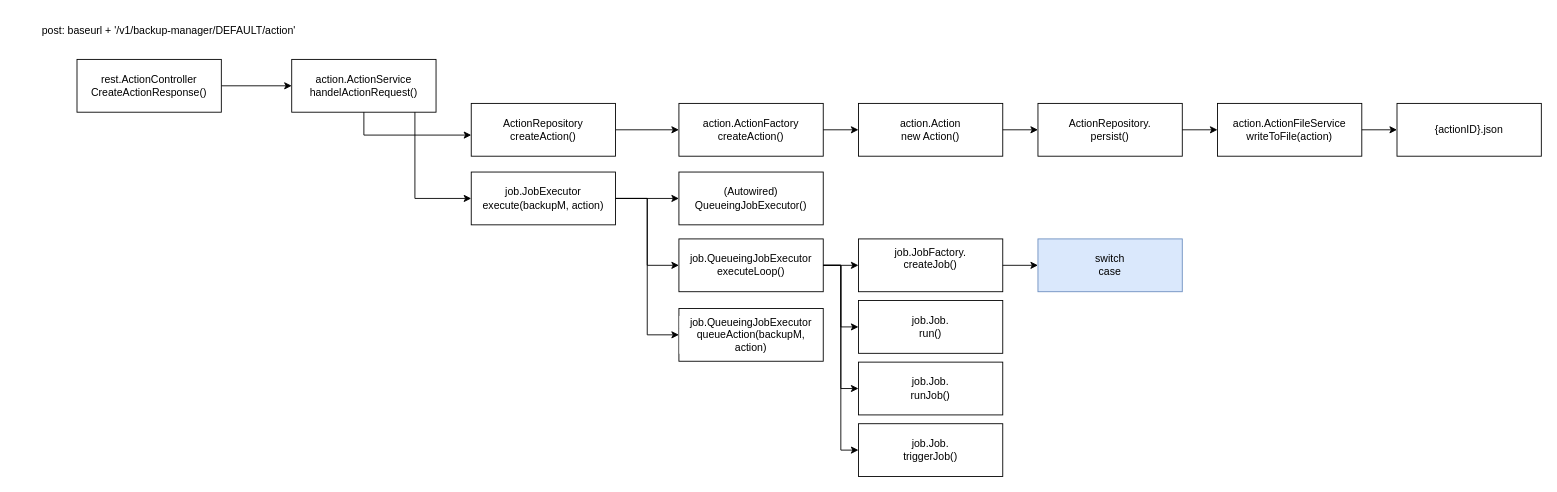
Earlier version of the draw.io diagram page "to-creat-job" (1 of 4) of BRO-Post-Action.drawio (Albert-W/Draw_io). Source tidied: cells renumbered, new cells numbered last; positions are measured from the earlier drawing's top-left corner, leaving out a move shared by most shapes. Both pictures are drawn from the tidied source at 88%, with x=0, y=0 at pixel (15, 15).
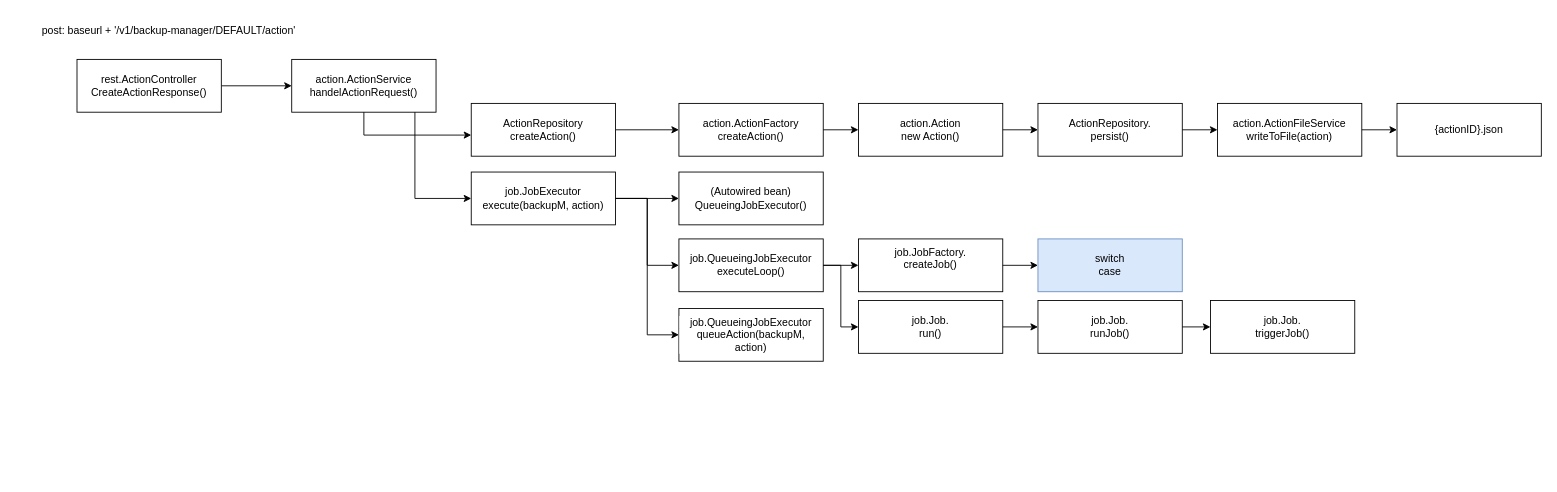
The same diagram, later.

Unchanged cells that the change refers to:
```xml
<mxCell id="25" value="&lt;div style=&quot;color: rgb(0 , 0 , 0) ; font-family: &amp;#34;helvetica&amp;#34; ; font-size: 12px ; font-style: normal ; font-weight: 400 ; letter-spacing: normal ; text-align: center ; text-indent: 0px ; text-transform: none ; word-spacing: 0px ; background-color: rgb(255 , 255 , 255)&quot;&gt;job.QueueingJobExecutor&lt;br&gt;&lt;/div&gt;&lt;div style=&quot;color: rgb(0 , 0 , 0) ; font-family: &amp;#34;helvetica&amp;#34; ; font-size: 12px ; font-style: normal ; font-weight: 400 ; letter-spacing: normal ; text-align: center ; text-indent: 0px ; text-transform: none ; word-spacing: 0px ; background-color: rgb(255 , 255 , 255)&quot;&gt;executeLoop()&lt;br&gt;&lt;/div&gt;" style="whiteSpace=wrap;html=1;align=center;newEdgeStyle={&quot;edgeStyle&quot;:&quot;elbowEdgeStyle&quot;,&quot;startArrow&quot;:&quot;none&quot;,&quot;endArrow&quot;:&quot;none&quot;};" parent="1" vertex="1">
  <mxGeometry x="754" y="254" width="164" height="60" as="geometry" />
</mxCell>
<mxCell id="29" value="&lt;div&gt;&lt;span style=&quot;color: rgb(0 , 0 , 0) ; font-family: &amp;#34;helvetica&amp;#34; ; font-size: 12px ; font-style: normal ; font-weight: 400 ; letter-spacing: normal ; text-align: center ; text-indent: 0px ; text-transform: none ; word-spacing: 0px ; background-color: rgb(255 , 255 , 255) ; display: inline ; float: none&quot;&gt;job.Job.&lt;/span&gt;&lt;/div&gt;&lt;div&gt;&lt;span style=&quot;color: rgb(0 , 0 , 0) ; font-family: &amp;#34;helvetica&amp;#34; ; font-size: 12px ; font-style: normal ; font-weight: 400 ; letter-spacing: normal ; text-align: center ; text-indent: 0px ; text-transform: none ; word-spacing: 0px ; background-color: rgb(255 , 255 , 255) ; display: inline ; float: none&quot;&gt;run()&lt;/span&gt;&lt;/div&gt;" style="whiteSpace=wrap;html=1;align=center;newEdgeStyle={&quot;edgeStyle&quot;:&quot;elbowEdgeStyle&quot;,&quot;startArrow&quot;:&quot;none&quot;,&quot;endArrow&quot;:&quot;none&quot;};" parent="1" vertex="1">
  <mxGeometry x="958" y="324" width="164" height="60" as="geometry" />
</mxCell>
```

The edit, as a diff of the source:
```diff
@@
-    <mxCell id="23" value="&lt;div&gt;(Autowired)&lt;/div&gt;&lt;div&gt;QueueingJobExecutor()&lt;/div&gt;" style="whiteSpace=wrap;html=1;align=center;newEdgeStyle={&quot;edgeStyle&quot;:&quot;elbowEdgeStyle&quot;,&quot;startArrow&quot;:&quot;none&quot;,&quot;endArrow&quot;:&quot;none&quot;};" parent="1" vertex="1">
+    <mxCell id="23" value="&lt;div&gt;(Autowired bean)&lt;/div&gt;&lt;div&gt;QueueingJobExecutor()&lt;/div&gt;" style="whiteSpace=wrap;html=1;align=center;newEdgeStyle={&quot;edgeStyle&quot;:&quot;elbowEdgeStyle&quot;,&quot;startArrow&quot;:&quot;none&quot;,&quot;endArrow&quot;:&quot;none&quot;};" parent="1" vertex="1">
       <mxGeometry x="754" y="178" width="164" height="60" as="geometry" />
     </mxCell>
@@
-    <mxCell id="30" style="edgeStyle=orthogonalEdgeStyle;rounded=0;jettySize=auto;html=1;exitX=1;exitY=0.5;exitDx=0;exitDy=0;entryX=0;entryY=0.5;entryDx=0;entryDy=0;endArrow=classic;endFill=1;" parent="1" edge="1" source="25" target="31">
+    <mxCell id="30" style="edgeStyle=orthogonalEdgeStyle;rounded=0;jettySize=auto;html=1;exitX=1;exitY=0.5;exitDx=0;exitDy=0;entryX=0;entryY=0.5;entryDx=0;entryDy=0;endArrow=classic;endFill=1;" parent="1" edge="1" source="29" target="31">
       <mxGeometry relative="1" as="geometry" />
     </mxCell>
     <mxCell id="31" value="&lt;div&gt;&lt;span style=&quot;color: rgb(0 , 0 , 0) ; font-family: &amp;#34;helvetica&amp;#34; ; font-size: 12px ; font-style: normal ; font-weight: 400 ; letter-spacing: normal ; text-align: center ; text-indent: 0px ; text-transform: none ; word-spacing: 0px ; background-color: rgb(255 , 255 , 255) ; display: inline ; float: none&quot;&gt;job.Job.&lt;/span&gt;&lt;/div&gt;&lt;div&gt;&lt;span style=&quot;color: rgb(0 , 0 , 0) ; font-family: &amp;#34;helvetica&amp;#34; ; font-size: 12px ; font-style: normal ; font-weight: 400 ; letter-spacing: normal ; text-align: center ; text-indent: 0px ; text-transform: none ; word-spacing: 0px ; background-color: rgb(255 , 255 , 255) ; display: inline ; float: none&quot;&gt;runJob()&lt;/span&gt;&lt;/div&gt;" style="whiteSpace=wrap;html=1;align=center;newEdgeStyle={&quot;edgeStyle&quot;:&quot;elbowEdgeStyle&quot;,&quot;startArrow&quot;:&quot;none&quot;,&quot;endArrow&quot;:&quot;none&quot;};" parent="1" vertex="1">
-      <mxGeometry x="958" y="394" width="164" height="60" as="geometry" />
+      <mxGeometry x="1162" y="324" width="164" height="60" as="geometry" />
     </mxCell>
-    <mxCell id="32" style="edgeStyle=orthogonalEdgeStyle;rounded=0;jettySize=auto;html=1;exitX=1;exitY=0.5;exitDx=0;exitDy=0;entryX=0;entryY=0.5;entryDx=0;entryDy=0;endArrow=classic;endFill=1;" parent="1" edge="1" source="25" target="33">
-      <mxGeometry relative="1" as="geometry" />
+    <mxCell id="32" style="edgeStyle=orthogonalEdgeStyle;rounded=0;jettySize=auto;html=1;entryX=0;entryY=0.5;entryDx=0;entryDy=0;endArrow=classic;endFill=1;" parent="1" edge="1" target="33">
+      <mxGeometry relative="1" as="geometry">
+        <mxPoint x="1326" y="354" as="sourcePoint" />
+      </mxGeometry>
     </mxCell>
     <mxCell id="33" value="&lt;div&gt;&lt;span style=&quot;color: rgb(0 , 0 , 0) ; font-family: &amp;#34;helvetica&amp;#34; ; font-size: 12px ; font-style: normal ; font-weight: 400 ; letter-spacing: normal ; text-align: center ; text-indent: 0px ; text-transform: none ; word-spacing: 0px ; background-color: rgb(255 , 255 , 255) ; display: inline ; float: none&quot;&gt;job.Job.&lt;/span&gt;&lt;/div&gt;&lt;div&gt;&lt;span style=&quot;color: rgb(0 , 0 , 0) ; font-family: &amp;#34;helvetica&amp;#34; ; font-size: 12px ; font-style: normal ; font-weight: 400 ; letter-spacing: normal ; text-align: center ; text-indent: 0px ; text-transform: none ; word-spacing: 0px ; background-color: rgb(255 , 255 , 255) ; display: inline ; float: none&quot;&gt;triggerJob()&lt;/span&gt;&lt;/div&gt;" style="whiteSpace=wrap;html=1;align=center;newEdgeStyle={&quot;edgeStyle&quot;:&quot;elbowEdgeStyle&quot;,&quot;startArrow&quot;:&quot;none&quot;,&quot;endArrow&quot;:&quot;none&quot;};" parent="1" vertex="1">
-      <mxGeometry x="958" y="464" width="164" height="60" as="geometry" />
+      <mxGeometry x="1358" y="324" width="164" height="60" as="geometry" />
     </mxCell>
```
